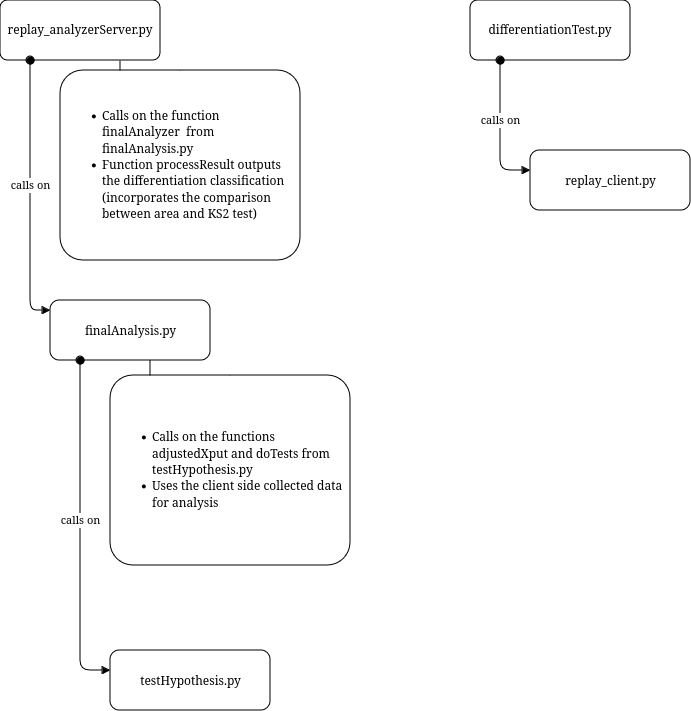
Before: Programs.png, a diagram exported from draw.io (nada-dandachi/wehe_demo). Source tidied: cells renumbered, new cells last; positions are measured from the earlier drawing's top-left corner, leaving out a move shared by most shapes. Source of this version:
```xml
<mxGraphModel>
  <root>
    <mxCell id="0" />
    <mxCell id="1" parent="0" />
    <mxCell id="2" style="edgeStyle=orthogonalEdgeStyle;rounded=0;jettySize=auto;html=1;exitX=0.75;exitY=1;exitDx=0;exitDy=0;" parent="1" edge="1" source="3" target="11">
      <mxGeometry relative="1" as="geometry" />
    </mxCell>
    <mxCell id="3" value="&lt;font face=&quot;Verdana&quot;&gt;replay_analyzerServer.py&lt;/font&gt;" style="rounded=1;whiteSpace=wrap;html=1;arcSize=12;labelBackgroundColor=none;" parent="1" vertex="1">
      <mxGeometry width="160" height="60" as="geometry" />
    </mxCell>
    <mxCell id="4" value="&lt;div&gt;&lt;font face=&quot;Verdana&quot;&gt;finalAnalysis.py&lt;/font&gt;&lt;/div&gt;" style="html=1;points=[[0,0,0,0,5],[0,1,0,0,-5],[1,0,0,0,5],[1,1,0,0,-5]];perimeter=orthogonalPerimeter;outlineConnect=0;targetShapes=umlLifeline;portConstraint=eastwest;newEdgeStyle={&quot;curved&quot;:0,&quot;rounded&quot;:0};hachureGap=4;fontFamily=Architects Daughter;fontSource=https%3A%2F%2Ffonts.googleapis.com%2Fcss%3Ffamily%3DArchitects%2BDaughter;rounded=1;arcSize=15;" parent="1" vertex="1">
      <mxGeometry x="50" y="300" width="160" height="60" as="geometry" />
    </mxCell>
    <mxCell id="5" value="&lt;font face=&quot;Garamond&quot;&gt;calls on&lt;/font&gt;" style="html=1;verticalAlign=bottom;startArrow=oval;endArrow=block;startSize=8;curved=0;rounded=1;hachureGap=4;fontFamily=Architects Daughter;fontSource=https%3A%2F%2Ffonts.googleapis.com%2Fcss%3Ffamily%3DArchitects%2BDaughter;" parent="1" edge="1" target="4">
      <mxGeometry relative="1" as="geometry">
        <mxPoint x="30" y="60" as="sourcePoint" />
        <Array as="points">
          <mxPoint x="30" y="170" />
          <mxPoint x="30" y="310" />
        </Array>
      </mxGeometry>
    </mxCell>
    <mxCell id="6" value="&lt;div&gt;&lt;font face=&quot;Verdana&quot;&gt;testHypothesis.py&lt;/font&gt;&lt;/div&gt;" style="html=1;points=[[0,0,0,0,5],[0,1,0,0,-5],[1,0,0,0,5],[1,1,0,0,-5]];perimeter=orthogonalPerimeter;outlineConnect=0;targetShapes=umlLifeline;portConstraint=eastwest;newEdgeStyle={&quot;curved&quot;:0,&quot;rounded&quot;:0};hachureGap=4;fontFamily=Architects Daughter;fontSource=https%3A%2F%2Ffonts.googleapis.com%2Fcss%3Ffamily%3DArchitects%2BDaughter;rounded=1;arcSize=15;" parent="1" vertex="1">
      <mxGeometry x="110" y="650" width="160" height="60" as="geometry" />
    </mxCell>
    <mxCell id="7" value="&lt;font face=&quot;Garamond&quot;&gt;calls on&lt;/font&gt;" style="html=1;verticalAlign=bottom;startArrow=oval;endArrow=block;startSize=8;curved=0;rounded=1;hachureGap=4;fontFamily=Architects Daughter;fontSource=https%3A%2F%2Ffonts.googleapis.com%2Fcss%3Ffamily%3DArchitects%2BDaughter;" parent="1" edge="1" source="4" target="6">
      <mxGeometry relative="1" as="geometry">
        <Array as="points">
          <mxPoint x="80" y="670" />
        </Array>
      </mxGeometry>
    </mxCell>
    <mxCell id="8" value="&lt;font face=&quot;Verdana&quot;&gt;differentiationTest.py&lt;/font&gt;" style="rounded=1;whiteSpace=wrap;html=1;arcSize=12;labelBackgroundColor=none;" parent="1" vertex="1">
      <mxGeometry x="470" width="160" height="60" as="geometry" />
    </mxCell>
    <mxCell id="9" value="&lt;div&gt;&lt;font face=&quot;Verdana&quot;&gt;replay_client.py&lt;/font&gt;&lt;/div&gt;" style="html=1;points=[[0,0,0,0,5],[0,1,0,0,-5],[1,0,0,0,5],[1,1,0,0,-5]];perimeter=orthogonalPerimeter;outlineConnect=0;targetShapes=umlLifeline;portConstraint=eastwest;newEdgeStyle={&quot;curved&quot;:0,&quot;rounded&quot;:0};hachureGap=4;fontFamily=Architects Daughter;fontSource=https%3A%2F%2Ffonts.googleapis.com%2Fcss%3Ffamily%3DArchitects%2BDaughter;rounded=1;arcSize=15;" parent="1" vertex="1">
      <mxGeometry x="530" y="150" width="160" height="60" as="geometry" />
    </mxCell>
    <mxCell id="10" value="&lt;font face=&quot;Garamond&quot;&gt;calls on&lt;/font&gt;" style="html=1;verticalAlign=bottom;startArrow=oval;endArrow=block;startSize=8;curved=0;rounded=1;hachureGap=4;fontFamily=Architects Daughter;fontSource=https%3A%2F%2Ffonts.googleapis.com%2Fcss%3Ffamily%3DArchitects%2BDaughter;" parent="1" edge="1" target="9">
      <mxGeometry relative="1" as="geometry">
        <mxPoint x="500" y="60" as="sourcePoint" />
        <Array as="points">
          <mxPoint x="500" y="170" />
        </Array>
      </mxGeometry>
    </mxCell>
    <mxCell id="11" value="&lt;div align=&quot;left&quot;&gt;&lt;ul&gt;&lt;li&gt;&lt;font face=&quot;Verdana&quot;&gt;Calls on the function finalAnalyzer&amp;nbsp; from finalAnalysis.py&lt;/font&gt;&lt;/li&gt;&lt;li&gt;&lt;font face=&quot;Verdana&quot;&gt;Function processResult outputs the differentiation classification (incorporates the comparison between area and KS2 test)&lt;/font&gt;&lt;/li&gt;&lt;/ul&gt;&lt;/div&gt;" style="whiteSpace=wrap;html=1;rounded=1;arcSize=12;labelBackgroundColor=none;align=left;" parent="1" vertex="1">
      <mxGeometry x="60" y="70" width="240" height="190" as="geometry" />
    </mxCell>
    <mxCell id="12" style="edgeStyle=orthogonalEdgeStyle;rounded=0;jettySize=auto;html=1;exitX=0.625;exitY=1;exitDx=0;exitDy=0;exitPerimeter=0;entryX=0.5;entryY=0;entryDx=0;entryDy=0;" parent="1" edge="1" source="4" target="13">
      <mxGeometry relative="1" as="geometry">
        <Array as="points">
          <mxPoint x="150" y="390" />
          <mxPoint x="230" y="390" />
        </Array>
      </mxGeometry>
    </mxCell>
    <mxCell id="13" value="&lt;div align=&quot;left&quot;&gt;&lt;ul&gt;&lt;li&gt;&lt;font face=&quot;Verdana&quot;&gt;Calls on the functions adjustedXput and doTests from testHypothesis.py&lt;/font&gt;&lt;/li&gt;&lt;li&gt;&lt;font face=&quot;Verdana&quot;&gt;Uses the client side collected data for analysis&lt;br&gt;&lt;/font&gt;&lt;/li&gt;&lt;/ul&gt;&lt;/div&gt;" style="whiteSpace=wrap;html=1;rounded=1;arcSize=12;labelBackgroundColor=none;align=left;" parent="1" vertex="1">
      <mxGeometry x="110" y="375" width="240" height="190" as="geometry" />
    </mxCell>
  </root>
</mxGraphModel>
```
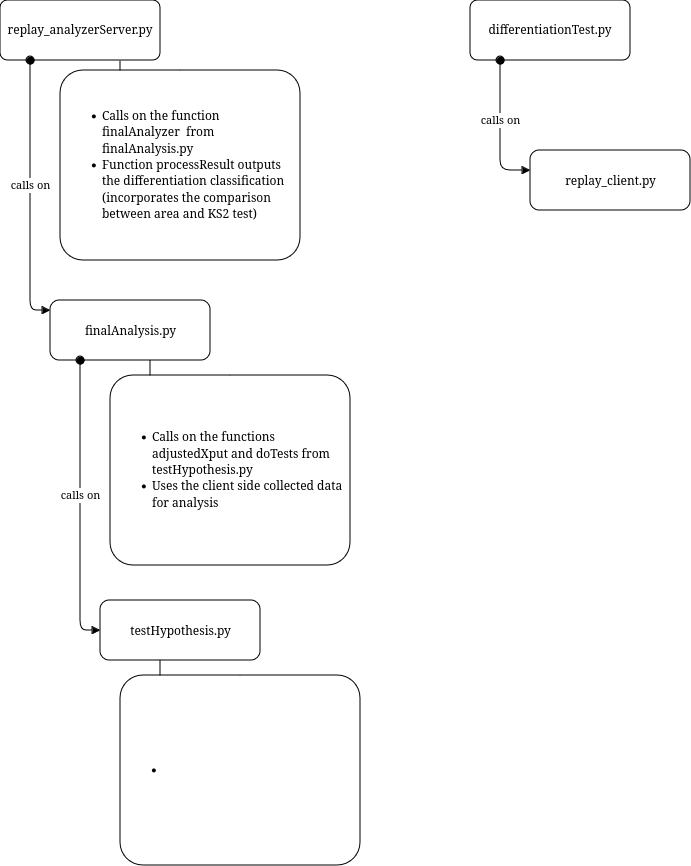
The same file after the commit.

Change to the diagram source:
```diff
@@ -21,12 +21,12 @@
       </mxGeometry>
     </mxCell>
     <mxCell id="6" value="&lt;div&gt;&lt;font face=&quot;Verdana&quot;&gt;testHypothesis.py&lt;/font&gt;&lt;/div&gt;" style="html=1;points=[[0,0,0,0,5],[0,1,0,0,-5],[1,0,0,0,5],[1,1,0,0,-5]];perimeter=orthogonalPerimeter;outlineConnect=0;targetShapes=umlLifeline;portConstraint=eastwest;newEdgeStyle={&quot;curved&quot;:0,&quot;rounded&quot;:0};hachureGap=4;fontFamily=Architects Daughter;fontSource=https%3A%2F%2Ffonts.googleapis.com%2Fcss%3Ffamily%3DArchitects%2BDaughter;rounded=1;arcSize=15;" parent="1" vertex="1">
-      <mxGeometry x="110" y="650" width="160" height="60" as="geometry" />
+      <mxGeometry x="100" y="600" width="160" height="60" as="geometry" />
     </mxCell>
     <mxCell id="7" value="&lt;font face=&quot;Garamond&quot;&gt;calls on&lt;/font&gt;" style="html=1;verticalAlign=bottom;startArrow=oval;endArrow=block;startSize=8;curved=0;rounded=1;hachureGap=4;fontFamily=Architects Daughter;fontSource=https%3A%2F%2Ffonts.googleapis.com%2Fcss%3Ffamily%3DArchitects%2BDaughter;" parent="1" edge="1" source="4" target="6">
       <mxGeometry relative="1" as="geometry">
         <Array as="points">
-          <mxPoint x="80" y="670" />
+          <mxPoint x="80" y="630" />
         </Array>
       </mxGeometry>
     </mxCell>
@@ -58,5 +58,16 @@
     <mxCell id="13" value="&lt;div align=&quot;left&quot;&gt;&lt;ul&gt;&lt;li&gt;&lt;font face=&quot;Verdana&quot;&gt;Calls on the functions adjustedXput and doTests from testHypothesis.py&lt;/font&gt;&lt;/li&gt;&lt;li&gt;&lt;font face=&quot;Verdana&quot;&gt;Uses the client side collected data for analysis&lt;br&gt;&lt;/font&gt;&lt;/li&gt;&lt;/ul&gt;&lt;/div&gt;" style="whiteSpace=wrap;html=1;rounded=1;arcSize=12;labelBackgroundColor=none;align=left;" parent="1" vertex="1">
       <mxGeometry x="110" y="375" width="240" height="190" as="geometry" />
     </mxCell>
+    <mxCell id="14" style="edgeStyle=orthogonalEdgeStyle;rounded=0;jettySize=auto;html=1;entryX=0.5;entryY=0;entryDx=0;entryDy=0;" parent="1" edge="1" source="6" target="15">
+      <mxGeometry relative="1" as="geometry">
+        <Array as="points">
+          <mxPoint x="160" y="690" />
+          <mxPoint x="240" y="690" />
+        </Array>
+      </mxGeometry>
+    </mxCell>
+    <mxCell id="15" value="&lt;div align=&quot;left&quot;&gt;&lt;ul&gt;&lt;li&gt;&lt;font face=&quot;Verdana&quot;&gt;&lt;br&gt;&lt;/font&gt;&lt;/li&gt;&lt;/ul&gt;&lt;/div&gt;" style="whiteSpace=wrap;html=1;rounded=1;arcSize=12;labelBackgroundColor=none;align=left;" parent="1" vertex="1">
+      <mxGeometry x="120" y="675" width="240" height="190" as="geometry" />
+    </mxCell>
   </root>
 </mxGraphModel>
```
